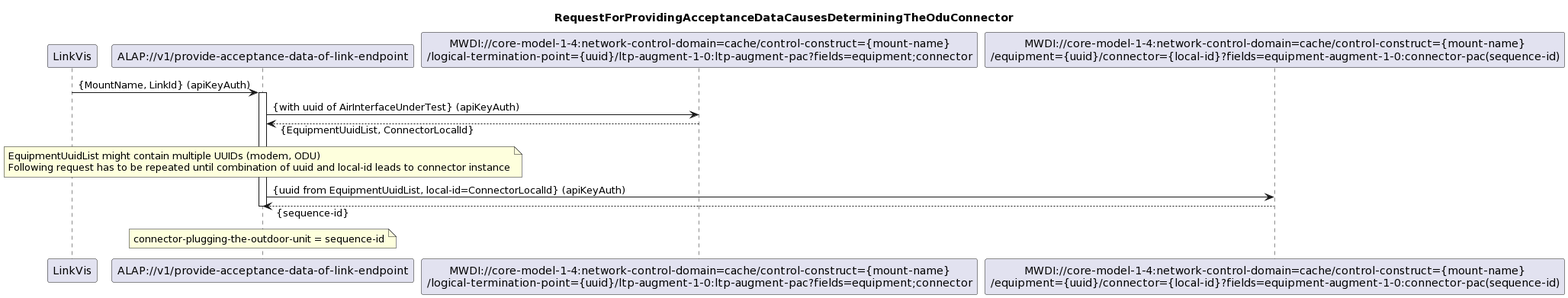
The PlantUML diagram spec/diagrams/ProvideAcceptanceDataOfLinkEndpoint/151_OduConnector.png in openBackhaul/AccessPlanningToolProxy, before a commit.
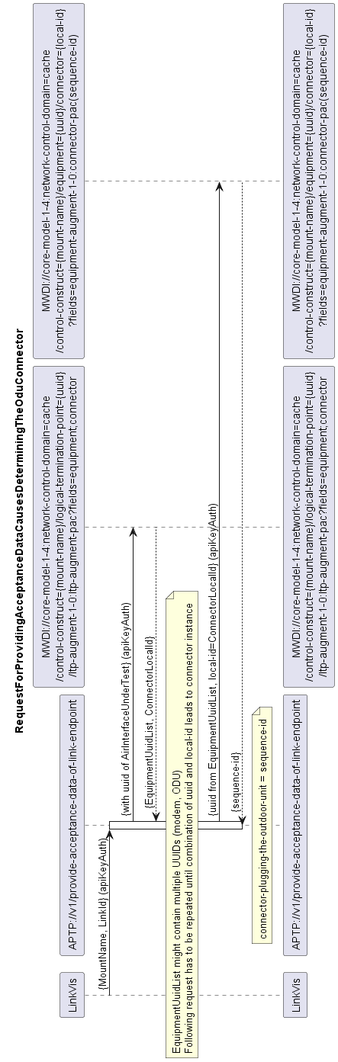
Above is the later version.

What changed in the source:
```diff
@@ -1,4 +1,4 @@
-@startuml
+@startuml 151_OduConnector
 skinparam responseMessageBelowArrow true
 
 title
@@ -6,28 +6,29 @@
 end title
 
 participant "LinkVis" as LinkVis
-participant "ALAP://v1/provide-acceptance-data-of-link-endpoint" as ALAP
-participant "MWDI://core-model-1-4:network-control-domain=cache/control-construct={mount-name}\n/logical-termination-point={uuid}/ltp-augment-1-0:ltp-augment-pac?fields=equipment;connector" as ConnectorId
-participant "MWDI://core-model-1-4:network-control-domain=cache/control-construct={mount-name}\n/equipment={uuid}/connector={local-id}?fields=equipment-augment-1-0:connector-pac(sequence-id)" as ConnectorNumber
+participant "APTP://v1/provide-acceptance-data-of-link-endpoint" as APTP
+participant "MWDI://core-model-1-4:network-control-domain=cache\n/control-construct={mount-name}/logical-termination-point={uuid}\n/ltp-augment-1-0:ltp-augment-pac?fields=equipment;connector" as ConnectorId
+participant "MWDI://core-model-1-4:network-control-domain=cache\n/control-construct={mount-name}/equipment={uuid}/connector={local-id}\n?fields=equipment-augment-1-0:connector-pac(sequence-id)" as ConnectorNumber
 
 
-LinkVis -> ALAP: {MountName, LinkId} (apiKeyAuth)
-activate ALAP
+LinkVis -> APTP: {MountName, LinkId} (apiKeyAuth)
+activate APTP
 
-ALAP -> ConnectorId: {with uuid of AirInterfaceUnderTest} (apiKeyAuth)
-ConnectorId --> ALAP: {EquipmentUuidList, ConnectorLocalId}
+APTP -> ConnectorId: {with uuid of AirInterfaceUnderTest} (apiKeyAuth)
+ConnectorId --> APTP: {EquipmentUuidList, ConnectorLocalId}
 
-note over ALAP
+note over APTP
 EquipmentUuidList might contain multiple UUIDs (modem, ODU)
 Following request has to be repeated until combination of uuid and local-id leads to connector instance
 end note
 
-ALAP -> ConnectorNumber: {uuid from EquipmentUuidList, local-id=ConnectorLocalId} (apiKeyAuth)
-ConnectorNumber --> ALAP: {sequence-id}
+APTP -> ConnectorNumber: {uuid from EquipmentUuidList, local-id=ConnectorLocalId} (apiKeyAuth)
+ConnectorNumber --> APTP: {sequence-id}
 
-note over ALAP
+note over APTP
 connector-plugging-the-outdoor-unit = sequence-id
 end note
 
-deactivate ALAP
+deactivate APTP
+
 @enduml
```
